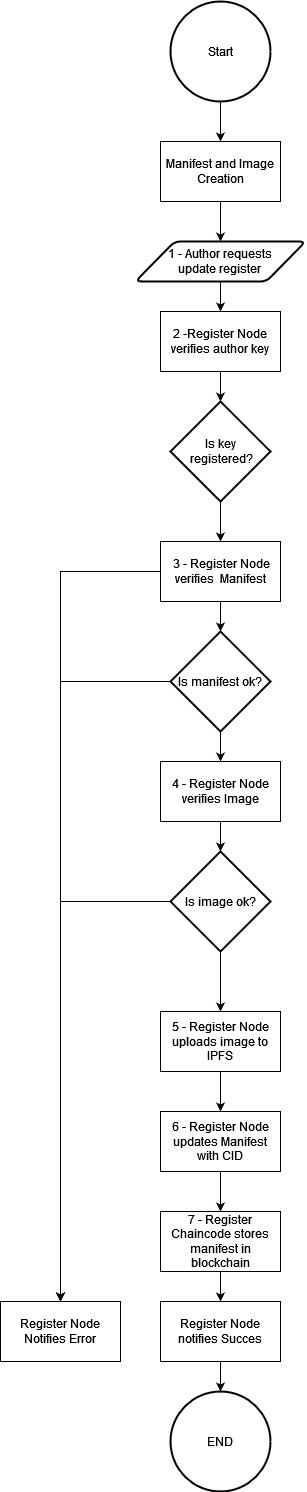
The draw.io diagram Flow Diagrams/RegisterUpdate/RegisterFlow.drawio.png in sfl0r3nz05/DistributedBchFWArchIoT, before a commit. Source tidied: cells renumbered, new cells last; positions are measured from the earlier drawing's top-left corner, leaving out a move shared by most shapes. The source it was exported from:
```xml
<mxGraphModel>
  <root>
    <mxCell id="0" />
    <mxCell id="1" parent="0" />
    <mxCell id="2" style="edgeStyle=orthogonalEdgeStyle;rounded=0;jettySize=auto;html=1;exitX=0.5;exitY=1;exitDx=0;exitDy=0;exitPerimeter=0;" parent="1" edge="1" source="3" target="5">
      <mxGeometry relative="1" as="geometry" />
    </mxCell>
    <mxCell id="3" value="&lt;div&gt;Start&lt;/div&gt;" style="strokeWidth=2;html=1;shape=mxgraph.flowchart.start_2;whiteSpace=wrap;" parent="1" vertex="1">
      <mxGeometry x="170" width="100" height="100" as="geometry" />
    </mxCell>
    <mxCell id="4" style="edgeStyle=orthogonalEdgeStyle;rounded=0;jettySize=auto;html=1;exitX=0.5;exitY=1;exitDx=0;exitDy=0;entryX=0.5;entryY=0;entryDx=0;entryDy=0;" parent="1" edge="1" source="5" target="7">
      <mxGeometry relative="1" as="geometry" />
    </mxCell>
    <mxCell id="5" value="Manifest and Image Creation" style="rounded=0;whiteSpace=wrap;html=1;" parent="1" vertex="1">
      <mxGeometry x="160" y="140" width="120" height="60" as="geometry" />
    </mxCell>
    <mxCell id="6" style="edgeStyle=orthogonalEdgeStyle;rounded=0;jettySize=auto;html=1;exitX=0.5;exitY=1;exitDx=0;exitDy=0;entryX=0.5;entryY=0;entryDx=0;entryDy=0;" parent="1" edge="1" source="7" target="9">
      <mxGeometry relative="1" as="geometry" />
    </mxCell>
    <mxCell id="7" value="&lt;div&gt;1 - Author requests &lt;br&gt;&lt;/div&gt;&lt;div&gt;update register&lt;/div&gt;" style="shape=parallelogram;html=1;strokeWidth=2;perimeter=parallelogramPerimeter;whiteSpace=wrap;rounded=1;arcSize=12;size=0.23;" parent="1" vertex="1">
      <mxGeometry x="135" y="240" width="170" height="40" as="geometry" />
    </mxCell>
    <mxCell id="8" style="edgeStyle=orthogonalEdgeStyle;rounded=0;jettySize=auto;html=1;exitX=0.5;exitY=1;exitDx=0;exitDy=0;entryX=0.5;entryY=0;entryDx=0;entryDy=0;entryPerimeter=0;" parent="1" edge="1" source="9" target="11">
      <mxGeometry relative="1" as="geometry" />
    </mxCell>
    <mxCell id="9" value="2 -Register Node verifies author key" style="rounded=0;whiteSpace=wrap;html=1;" parent="1" vertex="1">
      <mxGeometry x="160" y="310" width="120" height="60" as="geometry" />
    </mxCell>
    <mxCell id="10" style="edgeStyle=orthogonalEdgeStyle;rounded=0;jettySize=auto;html=1;exitX=0.5;exitY=1;exitDx=0;exitDy=0;exitPerimeter=0;entryX=0.5;entryY=0;entryDx=0;entryDy=0;" parent="1" edge="1" source="11" target="14">
      <mxGeometry relative="1" as="geometry" />
    </mxCell>
    <mxCell id="11" value="&lt;div&gt;Is key&lt;/div&gt;&lt;div&gt;&amp;nbsp;registered?&lt;/div&gt;" style="strokeWidth=2;html=1;shape=mxgraph.flowchart.decision;whiteSpace=wrap;" parent="1" vertex="1">
      <mxGeometry x="170" y="400" width="100" height="100" as="geometry" />
    </mxCell>
    <mxCell id="12" style="edgeStyle=orthogonalEdgeStyle;rounded=0;jettySize=auto;html=1;exitX=0.5;exitY=1;exitDx=0;exitDy=0;entryX=0.5;entryY=0;entryDx=0;entryDy=0;entryPerimeter=0;" parent="1" edge="1" source="14" target="17">
      <mxGeometry relative="1" as="geometry" />
    </mxCell>
    <mxCell id="13" style="edgeStyle=orthogonalEdgeStyle;rounded=0;jettySize=auto;html=1;exitX=0;exitY=0.5;exitDx=0;exitDy=0;" parent="1" edge="1" source="14">
      <mxGeometry relative="1" as="geometry">
        <mxPoint x="60" y="1300" as="targetPoint" />
      </mxGeometry>
    </mxCell>
    <mxCell id="14" value="&amp;nbsp;3 - Register Node verifies&amp;nbsp; Manifest" style="rounded=0;whiteSpace=wrap;html=1;" parent="1" vertex="1">
      <mxGeometry x="160" y="540" width="120" height="60" as="geometry" />
    </mxCell>
    <mxCell id="15" style="edgeStyle=orthogonalEdgeStyle;rounded=0;jettySize=auto;html=1;exitX=0.5;exitY=1;exitDx=0;exitDy=0;exitPerimeter=0;entryX=0.5;entryY=0;entryDx=0;entryDy=0;" parent="1" edge="1" source="17" target="19">
      <mxGeometry relative="1" as="geometry" />
    </mxCell>
    <mxCell id="16" style="edgeStyle=orthogonalEdgeStyle;rounded=0;jettySize=auto;html=1;exitX=0;exitY=0.5;exitDx=0;exitDy=0;exitPerimeter=0;" parent="1" edge="1" source="17" target="31">
      <mxGeometry relative="1" as="geometry" />
    </mxCell>
    <mxCell id="17" value="Is manifest ok?" style="strokeWidth=2;html=1;shape=mxgraph.flowchart.decision;whiteSpace=wrap;" parent="1" vertex="1">
      <mxGeometry x="170" y="630" width="100" height="100" as="geometry" />
    </mxCell>
    <mxCell id="18" style="edgeStyle=orthogonalEdgeStyle;rounded=0;jettySize=auto;html=1;exitX=0.5;exitY=1;exitDx=0;exitDy=0;entryX=0.5;entryY=0;entryDx=0;entryDy=0;entryPerimeter=0;" parent="1" edge="1" source="19" target="22">
      <mxGeometry relative="1" as="geometry" />
    </mxCell>
    <mxCell id="19" value="4 - Register Node verifies Image" style="rounded=0;whiteSpace=wrap;html=1;" parent="1" vertex="1">
      <mxGeometry x="160" y="760" width="120" height="60" as="geometry" />
    </mxCell>
    <mxCell id="20" style="edgeStyle=orthogonalEdgeStyle;rounded=0;jettySize=auto;html=1;exitX=0.5;exitY=1;exitDx=0;exitDy=0;exitPerimeter=0;" parent="1" edge="1" source="22" target="24">
      <mxGeometry relative="1" as="geometry" />
    </mxCell>
    <mxCell id="21" style="edgeStyle=orthogonalEdgeStyle;rounded=0;jettySize=auto;html=1;exitX=0;exitY=0.5;exitDx=0;exitDy=0;exitPerimeter=0;entryX=0.5;entryY=0;entryDx=0;entryDy=0;" parent="1" edge="1" source="22" target="31">
      <mxGeometry relative="1" as="geometry" />
    </mxCell>
    <mxCell id="22" value="Is image ok?" style="strokeWidth=2;html=1;shape=mxgraph.flowchart.decision;whiteSpace=wrap;" parent="1" vertex="1">
      <mxGeometry x="170" y="850" width="100" height="100" as="geometry" />
    </mxCell>
    <mxCell id="23" style="edgeStyle=orthogonalEdgeStyle;rounded=0;jettySize=auto;html=1;exitX=0.5;exitY=1;exitDx=0;exitDy=0;entryX=0.5;entryY=0;entryDx=0;entryDy=0;" parent="1" edge="1" source="24" target="26">
      <mxGeometry relative="1" as="geometry" />
    </mxCell>
    <mxCell id="24" value="5 - Register Node uploads image to IPFS" style="rounded=0;whiteSpace=wrap;html=1;" parent="1" vertex="1">
      <mxGeometry x="160" y="1010" width="120" height="60" as="geometry" />
    </mxCell>
    <mxCell id="25" style="edgeStyle=orthogonalEdgeStyle;rounded=0;jettySize=auto;html=1;exitX=0.5;exitY=1;exitDx=0;exitDy=0;" parent="1" edge="1" source="26" target="28">
      <mxGeometry relative="1" as="geometry" />
    </mxCell>
    <mxCell id="26" value="6 - Register Node updates Manifest with CID" style="rounded=0;whiteSpace=wrap;html=1;" parent="1" vertex="1">
      <mxGeometry x="160" y="1110" width="120" height="60" as="geometry" />
    </mxCell>
    <mxCell id="27" style="edgeStyle=orthogonalEdgeStyle;rounded=0;jettySize=auto;html=1;exitX=0.5;exitY=1;exitDx=0;exitDy=0;entryX=0.5;entryY=0;entryDx=0;entryDy=0;" parent="1" edge="1" source="28" target="30">
      <mxGeometry relative="1" as="geometry" />
    </mxCell>
    <mxCell id="28" value="7 - Register Chaincode stores manifest in blockchain" style="rounded=0;whiteSpace=wrap;html=1;" parent="1" vertex="1">
      <mxGeometry x="160" y="1210" width="120" height="60" as="geometry" />
    </mxCell>
    <mxCell id="29" style="edgeStyle=orthogonalEdgeStyle;rounded=0;jettySize=auto;html=1;exitX=0.5;exitY=1;exitDx=0;exitDy=0;" parent="1" edge="1" source="30" target="32">
      <mxGeometry relative="1" as="geometry" />
    </mxCell>
    <mxCell id="30" value="Register Node notifies Succes" style="rounded=0;whiteSpace=wrap;html=1;" parent="1" vertex="1">
      <mxGeometry x="160" y="1300" width="120" height="60" as="geometry" />
    </mxCell>
    <mxCell id="31" value="Register Node Notifies Error" style="rounded=0;whiteSpace=wrap;html=1;" parent="1" vertex="1">
      <mxGeometry y="1300" width="120" height="60" as="geometry" />
    </mxCell>
    <mxCell id="32" value="END" style="strokeWidth=2;html=1;shape=mxgraph.flowchart.start_2;whiteSpace=wrap;" parent="1" vertex="1">
      <mxGeometry x="170" y="1390" width="100" height="100" as="geometry" />
    </mxCell>
  </root>
</mxGraphModel>
```
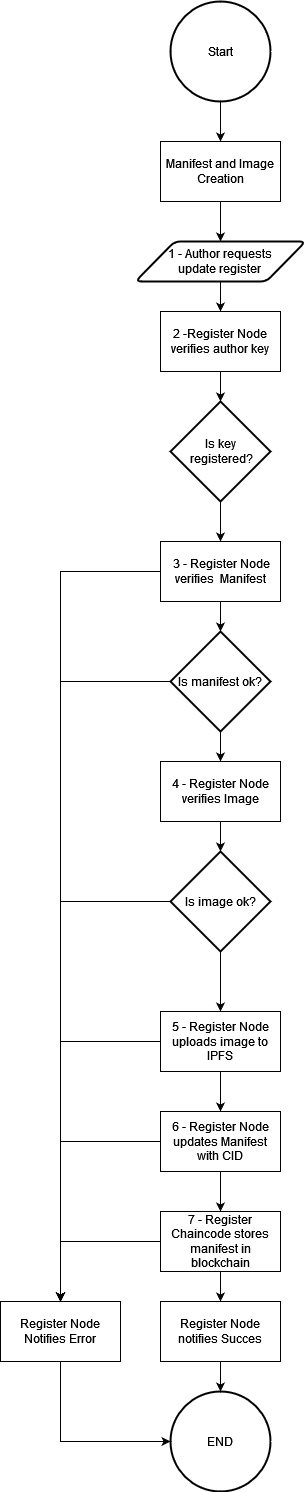
After the commit.

What changed in the source:
```diff
@@ -70,18 +70,29 @@
     <mxCell id="23" style="edgeStyle=orthogonalEdgeStyle;rounded=0;jettySize=auto;html=1;exitX=0.5;exitY=1;exitDx=0;exitDy=0;entryX=0.5;entryY=0;entryDx=0;entryDy=0;" parent="1" edge="1" source="24" target="26">
       <mxGeometry relative="1" as="geometry" />
     </mxCell>
+    <mxCell id="33" style="edgeStyle=orthogonalEdgeStyle;rounded=0;jettySize=auto;html=1;exitX=0;exitY=0.5;exitDx=0;exitDy=0;entryX=0.5;entryY=0;entryDx=0;entryDy=0;" parent="1" edge="1" source="24" target="31">
+      <mxGeometry relative="1" as="geometry" />
+    </mxCell>
     <mxCell id="24" value="5 - Register Node uploads image to IPFS" style="rounded=0;whiteSpace=wrap;html=1;" parent="1" vertex="1">
       <mxGeometry x="160" y="1010" width="120" height="60" as="geometry" />
     </mxCell>
     <mxCell id="25" style="edgeStyle=orthogonalEdgeStyle;rounded=0;jettySize=auto;html=1;exitX=0.5;exitY=1;exitDx=0;exitDy=0;" parent="1" edge="1" source="26" target="28">
       <mxGeometry relative="1" as="geometry" />
     </mxCell>
+    <mxCell id="34" style="edgeStyle=orthogonalEdgeStyle;rounded=0;jettySize=auto;html=1;exitX=0;exitY=0.5;exitDx=0;exitDy=0;entryX=0.5;entryY=0;entryDx=0;entryDy=0;" parent="1" edge="1" source="26" target="31">
+      <mxGeometry relative="1" as="geometry" />
+    </mxCell>
     <mxCell id="26" value="6 - Register Node updates Manifest with CID" style="rounded=0;whiteSpace=wrap;html=1;" parent="1" vertex="1">
       <mxGeometry x="160" y="1110" width="120" height="60" as="geometry" />
     </mxCell>
     <mxCell id="27" style="edgeStyle=orthogonalEdgeStyle;rounded=0;jettySize=auto;html=1;exitX=0.5;exitY=1;exitDx=0;exitDy=0;entryX=0.5;entryY=0;entryDx=0;entryDy=0;" parent="1" edge="1" source="28" target="30">
       <mxGeometry relative="1" as="geometry" />
     </mxCell>
+    <mxCell id="35" style="edgeStyle=orthogonalEdgeStyle;rounded=0;jettySize=auto;html=1;exitX=0;exitY=0.5;exitDx=0;exitDy=0;" parent="1" edge="1" source="28">
+      <mxGeometry relative="1" as="geometry">
+        <mxPoint x="60" y="1300" as="targetPoint" />
+      </mxGeometry>
+    </mxCell>
     <mxCell id="28" value="7 - Register Chaincode stores manifest in blockchain" style="rounded=0;whiteSpace=wrap;html=1;" parent="1" vertex="1">
       <mxGeometry x="160" y="1210" width="120" height="60" as="geometry" />
     </mxCell>
@@ -91,6 +102,9 @@
     <mxCell id="30" value="Register Node notifies Succes" style="rounded=0;whiteSpace=wrap;html=1;" parent="1" vertex="1">
       <mxGeometry x="160" y="1300" width="120" height="60" as="geometry" />
     </mxCell>
+    <mxCell id="36" style="edgeStyle=orthogonalEdgeStyle;rounded=0;jettySize=auto;html=1;exitX=0.5;exitY=1;exitDx=0;exitDy=0;entryX=0;entryY=0.5;entryDx=0;entryDy=0;entryPerimeter=0;" parent="1" edge="1" source="31" target="32">
+      <mxGeometry relative="1" as="geometry" />
+    </mxCell>
     <mxCell id="31" value="Register Node Notifies Error" style="rounded=0;whiteSpace=wrap;html=1;" parent="1" vertex="1">
       <mxGeometry y="1300" width="120" height="60" as="geometry" />
     </mxCell>
```
